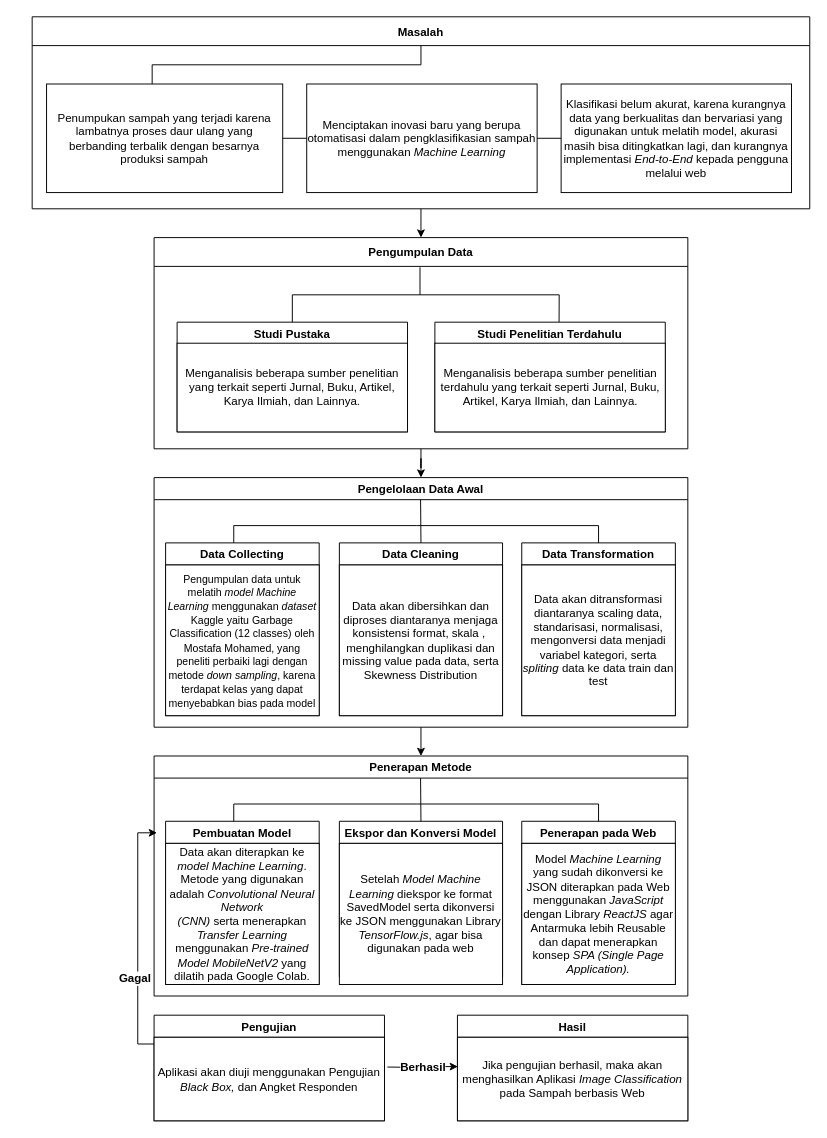
virgiawankusuma/drawio-archive-skripsi keeps this draw.io diagram as Copy of Copy of Copy of mindmap.drawio. Above is the earlier version. Source tidied: cells renumbered, new cells numbered last; positions are measured from the earlier drawing's top-left corner, leaving out a move shared by most shapes. Both pictures are drawn from the tidied source at 96%, with x=0, y=0 at pixel (32, 16).
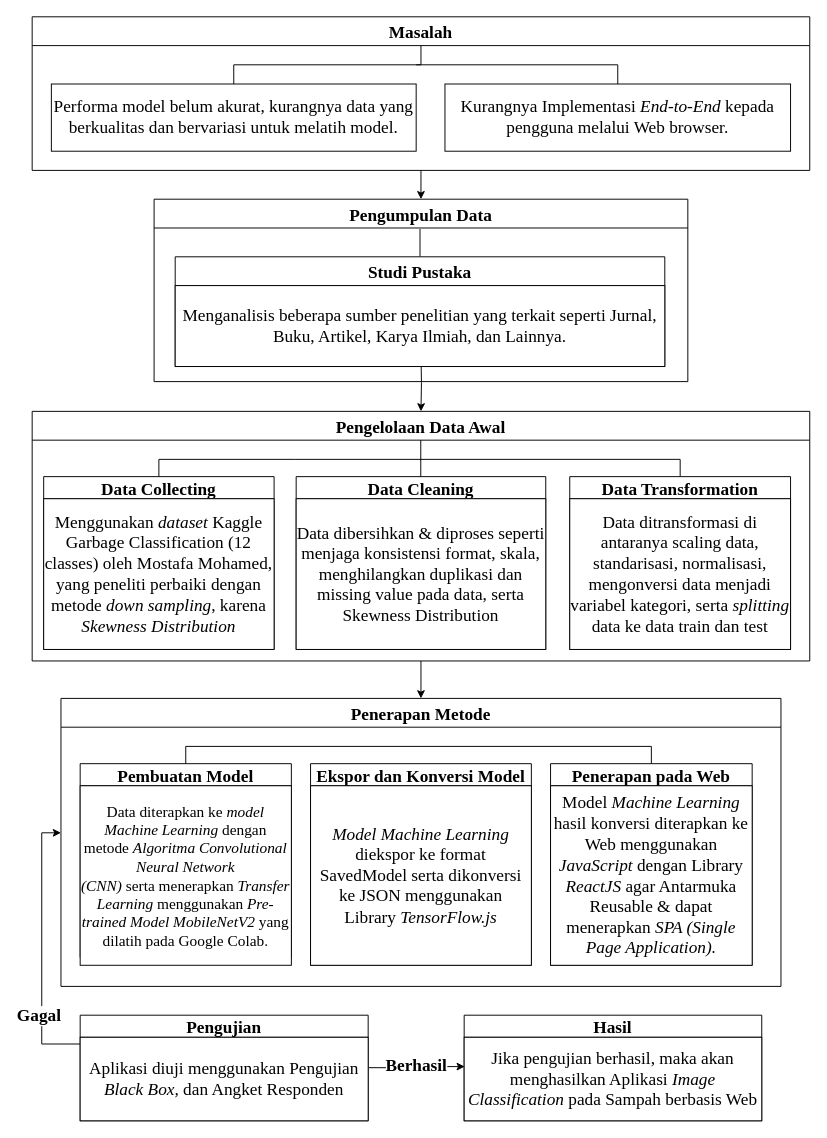
After the change.

The edit, as a diff of the source:
```diff
@@
-    <mxCell id="3" value="Masalah" style="swimlane;fontSize=12;startSize=30;" parent="1" vertex="1">
-      <mxGeometry width="810" height="200" as="geometry" />
+    <mxCell id="3" value="Masalah" style="swimlane;fontSize=18;startSize=30;fontFamily=Times New Roman;" parent="1" vertex="1">
+      <mxGeometry width="810" height="160" as="geometry" />
     </mxCell>
-    <mxCell id="4" value="&lt;span&gt;Klasifikasi belum akurat, karena kurangnya data yang berkualitas dan bervariasi yang digunakan untuk melatih model, akurasi masih bisa ditingkatkan lagi, dan kurangnya implementasi &lt;i&gt;End-to-End&lt;/i&gt; kepada pengguna melalui web&lt;/span&gt;" style="rounded=0;whiteSpace=wrap;html=1;" parent="3" vertex="1">
-      <mxGeometry x="551" y="70" width="240" height="113.1" as="geometry" />
+    <mxCell id="4" value="&lt;span style=&quot;font-size: 18px;&quot;&gt;Performa model belum akurat, kurangnya data yang berkualitas dan bervariasi untuk melatih model.&lt;/span&gt;" style="rounded=0;whiteSpace=wrap;html=1;fontFamily=Times New Roman;fontSize=18;" parent="3" vertex="1">
+      <mxGeometry x="20" y="70" width="380" height="70" as="geometry" />
     </mxCell>
-    <mxCell id="5" value="&lt;span&gt;Penumpukan sampah yang terjadi karena lambatnya proses daur ulang yang berbanding terbalik dengan besarnya produksi sampah&lt;/span&gt;" style="rounded=0;whiteSpace=wrap;html=1;" parent="3" vertex="1">
-      <mxGeometry x="15" y="70" width="246" height="113.1" as="geometry" />
-    </mxCell>
-    <mxCell id="6" value="Menciptakan inovasi baru yang berupa otomatisasi dalam pengklasifikasian sampah menggunakan&amp;nbsp;&lt;i&gt;Machine Learning&lt;/i&gt;" style="rounded=0;whiteSpace=wrap;html=1;" parent="3" vertex="1">
-      <mxGeometry x="286" y="70" width="240" height="113.1" as="geometry" />
-    </mxCell>
-    <mxCell id="7" style="endArrow=none;html=1;rounded=0;fontFamily=Helvetica;fontSize=12;exitX=1;exitY=0.5;exitDx=0;exitDy=0;entryX=0;entryY=0.5;entryDx=0;entryDy=0;" parent="3" edge="1" source="5" target="6">
-      <mxGeometry relative="1" as="geometry" />
-    </mxCell>
-    <mxCell id="8" style="endArrow=none;html=1;rounded=0;fontFamily=Helvetica;fontSize=12;entryX=0;entryY=0.5;entryDx=0;entryDy=0;exitX=1;exitY=0.5;exitDx=0;exitDy=0;" parent="3" edge="1" source="6" target="4">
-      <mxGeometry relative="1" as="geometry" />
-    </mxCell>
-    <mxCell id="9" style="endArrow=none;html=1;rounded=0;fontFamily=Helvetica;fontSize=12;" parent="3" edge="1">
+    <mxCell id="9" style="endArrow=none;html=1;rounded=0;fontFamily=Helvetica;fontSize=12;exitX=0.5;exitY=0;exitDx=0;exitDy=0;" parent="3" edge="1" source="4">
       <mxGeometry relative="1" as="geometry">
-        <mxPoint x="125" y="70" as="sourcePoint" />
         <mxPoint x="405" y="30" as="targetPoint" />
         <Array as="points">
-          <mxPoint x="125" y="50" />
+          <mxPoint x="210" y="50" />
           <mxPoint x="405" y="50" />
         </Array>
       </mxGeometry>
     </mxCell>
+    <mxCell id="45" value="&lt;span style=&quot;font-size: 18px;&quot;&gt;Kurangnya Implementasi &lt;i style=&quot;font-size: 18px;&quot;&gt;End-to-End&lt;/i&gt; kepada pengguna melalui Web browser.&lt;/span&gt;" style="rounded=0;whiteSpace=wrap;html=1;fontSize=18;fontFamily=Times New Roman;" parent="3" vertex="1">
+      <mxGeometry x="430" y="70" width="360" height="70" as="geometry" />
+    </mxCell>
-    <mxCell id="10" style="edgeStyle=orthogonalEdgeStyle;rounded=0;jettySize=auto;html=1;exitX=0.5;exitY=1;exitDx=0;exitDy=0;fontFamily=Helvetica;fontSize=12;" parent="1" edge="1" source="11" target="20">
-      <mxGeometry relative="1" as="geometry" />
+    <mxCell id="10" style="edgeStyle=orthogonalEdgeStyle;rounded=0;jettySize=auto;html=1;exitX=0.5;exitY=1;exitDx=0;exitDy=0;fontFamily=Helvetica;fontSize=12;" parent="1" edge="1" target="20">
+      <mxGeometry relative="1" as="geometry">
+        <mxPoint x="405" y="350" as="sourcePoint" />
+      </mxGeometry>
     </mxCell>
-    <mxCell id="11" value="Pengumpulan Data" style="swimlane;fontSize=12;startSize=30;" parent="1" vertex="1">
-      <mxGeometry x="127" y="230" width="556" height="220" as="geometry" />
+    <mxCell id="11" value="Pengumpulan Data" style="swimlane;fontSize=18;startSize=30;fontFamily=Times New Roman;" parent="1" vertex="1">
+      <mxGeometry x="127" y="190" width="556" height="190" as="geometry" />
     </mxCell>
     <mxCell id="12" style="group;" parent="11" vertex="1">
-      <mxGeometry x="24" y="31" width="508.5" height="219" as="geometry" />
+      <mxGeometry x="24" y="31" width="510" height="219" as="geometry" />
     </mxCell>
-    <mxCell id="13" value="Studi Pustaka" style="swimlane;fontSize=12;" parent="12" vertex="1">
-      <mxGeometry y="57.1" width="240" height="114.3" as="geometry" />
+    <mxCell id="13" value="Studi Pustaka" style="swimlane;fontSize=18;fontFamily=Times New Roman;startSize=30;" parent="12" vertex="1">
+      <mxGeometry x="-2" y="29" width="510" height="114.3" as="geometry" />
     </mxCell>
-    <mxCell id="14" value="&lt;font style=&quot;font-size: 12px;&quot;&gt;Menganalisis beberapa sumber penelitian yang terkait seperti Jurnal, Buku, Artikel, Karya Ilmiah, dan Lainnya.&lt;/font&gt;" style="rounded=0;whiteSpace=wrap;html=1;fontFamily=Helvetica;fontSize=12;" parent="13" vertex="1">
-      <mxGeometry y="21.9" width="240" height="92.4" as="geometry" />
+    <mxCell id="14" value="&lt;font style=&quot;font-size: 18px;&quot;&gt;Menganalisis beberapa sumber penelitian yang terkait seperti Jurnal, Buku, Artikel, Karya Ilmiah, dan Lainnya.&lt;/font&gt;" style="rounded=0;whiteSpace=wrap;html=1;fontFamily=Times New Roman;fontSize=12;" parent="13" vertex="1">
+      <mxGeometry y="30" width="510" height="84.3" as="geometry" />
     </mxCell>
-    <mxCell id="15" value="Studi Penelitian Terdahulu" style="swimlane;fontSize=12;" parent="12" vertex="1">
-      <mxGeometry x="268.5" y="57.1" width="240" height="114.3" as="geometry" />
-    </mxCell>
-    <mxCell id="16" value="&lt;font style=&quot;font-size: 12px;&quot;&gt;Menganalisis beberapa sumber penelitian terdahulu yang terkait seperti Jurnal, Buku, Artikel, Karya Ilmiah, dan Lainnya.&lt;/font&gt;" style="rounded=0;whiteSpace=wrap;html=1;fontFamily=Helvetica;fontSize=12;" parent="15" vertex="1">
-      <mxGeometry y="21.9" width="240" height="92.4" as="geometry" />
-    </mxCell>
-    <mxCell id="17" style="endArrow=none;html=1;rounded=0;fontFamily=Helvetica;fontSize=12;entryX=0.539;entryY=-0.002;entryDx=0;entryDy=0;entryPerimeter=0;" parent="12" edge="1" source="13" target="15">
-      <mxGeometry relative="1" as="geometry">
-        <Array as="points">
-          <mxPoint x="120" y="28.6" />
-          <mxPoint x="398" y="28.6" />
-        </Array>
-      </mxGeometry>
-    </mxCell>
@@
-    <mxCell id="20" value="Pengelolaan Data Awal" style="swimlane;fontFamily=Helvetica;fontSize=12;startSize=23;" parent="1" vertex="1">
-      <mxGeometry x="127" y="480" width="556" height="260" as="geometry" />
+    <mxCell id="20" value="Pengelolaan Data Awal" style="swimlane;fontFamily=Times New Roman;fontSize=18;startSize=30;" parent="1" vertex="1">
+      <mxGeometry y="411" width="810" height="260" as="geometry" />
     </mxCell>
-    <mxCell id="21" value="Data Collecting" style="swimlane;fontFamily=Helvetica;fontSize=12;" parent="20" vertex="1">
-      <mxGeometry x="12" y="68" width="160" height="180" as="geometry" />
+    <mxCell id="21" value="Data Collecting" style="swimlane;fontFamily=Times New Roman;fontSize=18;" parent="20" vertex="1">
+      <mxGeometry x="12" y="68" width="240" height="180" as="geometry" />
     </mxCell>
-    <mxCell id="22" value="&lt;font style=&quot;&quot;&gt;&lt;span style=&quot;background-color: initial; font-size: 11px;&quot;&gt;&lt;span style=&quot;&quot;&gt;Pengumpulan data untuk melatih &lt;i&gt;model Machine Learning&lt;/i&gt;&amp;nbsp;menggunakan &lt;i&gt;dataset &lt;/i&gt;Kaggle yaitu Garbage Classification (12 classes) oleh Mostafa Mohamed, yang peneliti perbaiki lagi dengan metode &lt;i&gt;down sampling&lt;/i&gt;, karena terdapat kelas yang dapat menyebabkan bias pada model&lt;/span&gt;&lt;br&gt;&lt;/span&gt;&lt;/font&gt;" style="rounded=0;whiteSpace=wrap;html=1;fontFamily=Helvetica;fontSize=12;" parent="21" vertex="1">
-      <mxGeometry y="23" width="160" height="157" as="geometry" />
+    <mxCell id="22" value="&lt;font style=&quot;font-size: 18px;&quot;&gt;&lt;span style=&quot;background-color: initial; font-size: 18px;&quot;&gt;Menggunakan &lt;i style=&quot;font-size: 18px;&quot;&gt;dataset &lt;/i&gt;Kaggle Garbage Classification (12 classes) oleh Mostafa Mohamed, yang peneliti perbaiki dengan metode &lt;i style=&quot;font-size: 18px;&quot;&gt;down sampling&lt;/i&gt;, karena &lt;i style=&quot;font-size: 18px;&quot;&gt;Skewness Distribution&lt;/i&gt;&lt;br style=&quot;font-size: 18px;&quot;&gt;&lt;/span&gt;&lt;/font&gt;" style="rounded=0;whiteSpace=wrap;html=1;fontFamily=Times New Roman;fontSize=18;" parent="21" vertex="1">
+      <mxGeometry y="23" width="240" height="157" as="geometry" />
     </mxCell>
-    <mxCell id="23" value="Data Cleaning" style="swimlane;fontFamily=Helvetica;fontSize=12;" parent="20" vertex="1">
-      <mxGeometry x="193" y="68" width="170" height="180" as="geometry" />
+    <mxCell id="23" value="Data Cleaning" style="swimlane;fontFamily=Times New Roman;fontSize=18;" parent="20" vertex="1">
+      <mxGeometry x="275" y="68" width="260" height="180" as="geometry" />
     </mxCell>
-    <mxCell id="24" value="&lt;font style=&quot;font-size: 12px;&quot;&gt;Data akan dibersihkan dan diproses diantaranya menjaga konsistensi format, skala ,&amp;nbsp; menghilangkan duplikasi dan missing value pada data, serta Skewness Distribution&lt;/font&gt;" style="rounded=0;whiteSpace=wrap;html=1;fontFamily=Helvetica;fontSize=12;" parent="23" vertex="1">
-      <mxGeometry y="23" width="170" height="157" as="geometry" />
+    <mxCell id="24" value="&lt;font face=&quot;Times New Roman&quot; style=&quot;font-size: 18px;&quot;&gt;Data dibersihkan &amp;amp; diproses seperti menjaga konsistensi format, skala, menghilangkan duplikasi dan missing value pada data, serta Skewness Distribution&lt;/font&gt;" style="rounded=0;whiteSpace=wrap;html=1;fontFamily=Helvetica;fontSize=12;" parent="23" vertex="1">
+      <mxGeometry y="23" width="260" height="157" as="geometry" />
     </mxCell>
+    <mxCell id="27" style="endArrow=none;html=1;rounded=0;fontSize=10;entryX=0.5;entryY=0;entryDx=0;entryDy=0;exitX=0.5;exitY=0;exitDx=0;exitDy=0;" parent="20" edge="1" source="21" target="25">
+      <mxGeometry relative="1" as="geometry">
+        <Array as="points">
+          <mxPoint x="132" y="50" />
+          <mxPoint x="273" y="50" />
+          <mxPoint x="675" y="50" />
+        </Array>
+      </mxGeometry>
+    </mxCell>
-    <mxCell id="25" value="Data Transformation" style="swimlane;fontFamily=Helvetica;fontSize=12;" parent="20" vertex="1">
-      <mxGeometry x="383" y="68" width="160" height="180" as="geometry" />
+    <mxCell id="25" value="Data Transformation" style="swimlane;fontFamily=Times New Roman;fontSize=18;" parent="20" vertex="1">
+      <mxGeometry x="560" y="68" width="230" height="180" as="geometry" />
     </mxCell>
-    <mxCell id="26" value="&lt;font style=&quot;font-size: 12px;&quot;&gt;Data akan ditransformasi diantaranya scaling data, standarisasi, normalisasi, mengonversi data menjadi variabel kategori, serta &lt;i&gt;spliting&lt;/i&gt; data ke data train dan test&lt;/font&gt;" style="rounded=0;whiteSpace=wrap;html=1;fontFamily=Helvetica;fontSize=12;" parent="25" vertex="1">
-      <mxGeometry y="23" width="160" height="157" as="geometry" />
+    <mxCell id="26" value="&lt;font style=&quot;font-size: 18px;&quot;&gt;Data ditransformasi di antaranya scaling data, standarisasi, normalisasi, mengonversi data menjadi variabel kategori, serta &lt;i style=&quot;font-size: 18px;&quot;&gt;splitting&lt;/i&gt; data ke data train dan test&lt;/font&gt;" style="rounded=0;whiteSpace=wrap;html=1;fontFamily=Times New Roman;fontSize=18;" parent="25" vertex="1">
+      <mxGeometry y="23" width="230" height="157" as="geometry" />
     </mxCell>
-    <mxCell id="27" style="endArrow=none;html=1;rounded=0;fontSize=10;entryX=0.5;entryY=0;entryDx=0;entryDy=0;" parent="20" edge="1" target="25">
-      <mxGeometry relative="1" as="geometry">
-        <mxPoint x="83" y="68" as="sourcePoint" />
-        <Array as="points">
-          <mxPoint x="83" y="50" />
-          <mxPoint x="273" y="50" />
-          <mxPoint x="463" y="50" />
-        </Array>
-      </mxGeometry>
-    </mxCell>
-    <mxCell id="28" style="endArrow=none;html=1;rounded=0;fontSize=10;exitX=0.5;exitY=0;exitDx=0;exitDy=0;" parent="20" edge="1" source="23">
-      <mxGeometry relative="1" as="geometry">
-        <mxPoint x="277.6" y="23" as="targetPoint" />
-      </mxGeometry>
-    </mxCell>
+    <mxCell id="46" style="endArrow=none;html=1;rounded=0;fontSize=10;exitX=0.5;exitY=0;exitDx=0;exitDy=0;" parent="20" edge="1">
+      <mxGeometry relative="1" as="geometry">
+        <mxPoint x="404.8" y="68" as="sourcePoint" />
+        <mxPoint x="404.8" y="30" as="targetPoint" />
+      </mxGeometry>
+    </mxCell>
     <mxCell id="29" style="edgeStyle=orthogonalEdgeStyle;rounded=0;jettySize=auto;html=1;fontSize=12;" parent="1" edge="1" source="32">
       <mxGeometry relative="1" as="geometry">
-        <mxPoint x="130" y="850" as="targetPoint" />
+        <mxPoint x="30" y="850" as="targetPoint" />
         <Array as="points">
-          <mxPoint x="110" y="1070" />
-          <mxPoint x="110" y="850" />
+          <mxPoint x="10" y="1070" />
+          <mxPoint x="10" y="850" />
         </Array>
       </mxGeometry>
     </mxCell>
-    <mxCell id="30" value="&lt;b&gt;Gagal&lt;/b&gt;" style="edgeLabel;html=1;align=center;verticalAlign=middle;fontSize=12;" parent="29" vertex="1">
+    <mxCell id="30" value="&lt;b style=&quot;font-size: 18px;&quot;&gt;Gagal&lt;/b&gt;" style="edgeLabel;html=1;align=center;verticalAlign=middle;fontSize=18;fontFamily=Times New Roman;" parent="29" vertex="1">
       <mxGeometry x="-0.43" y="4" relative="1" as="geometry">
-        <mxPoint y="-13" as="offset" />
+        <mxPoint y="10" as="offset" />
       </mxGeometry>
     </mxCell>
-    <mxCell id="31" value="&lt;b&gt;Berhasil&lt;/b&gt;" style="edgeStyle=orthogonalEdgeStyle;rounded=0;jettySize=auto;html=1;entryX=0.002;entryY=0.351;entryDx=0;entryDy=0;fontSize=12;entryPerimeter=0;" parent="1" edge="1" target="35">
-      <mxGeometry relative="1" as="geometry">
-        <mxPoint x="370" y="1094" as="sourcePoint" />
-      </mxGeometry>
+    <mxCell id="31" value="&lt;b style=&quot;font-size: 18px;&quot;&gt;Berhasil&lt;/b&gt;" style="edgeStyle=orthogonalEdgeStyle;rounded=0;jettySize=auto;html=1;entryX=0.002;entryY=0.351;entryDx=0;entryDy=0;fontSize=18;entryPerimeter=0;fontFamily=Times New Roman;exitX=1.003;exitY=0.364;exitDx=0;exitDy=0;exitPerimeter=0;" parent="1" edge="1" source="33" target="35">
+      <mxGeometry relative="1" as="geometry" />
     </mxCell>
-    <mxCell id="32" value="Pengujian" style="swimlane;fontFamily=Helvetica;fontSize=12;" parent="1" vertex="1">
-      <mxGeometry x="127" y="1040" width="240" height="110" as="geometry" />
+    <mxCell id="32" value="Pengujian" style="swimlane;fontFamily=Times New Roman;fontSize=18;" parent="1" vertex="1">
+      <mxGeometry x="50" y="1040" width="300" height="110" as="geometry" />
     </mxCell>
-    <mxCell id="33" value="Aplikasi akan diuji menggunakan Pengujian &lt;i&gt;Black Box, &lt;/i&gt;dan Angket Responden" style="rounded=0;whiteSpace=wrap;html=1;fontFamily=Helvetica;fontSize=12;" parent="32" vertex="1">
-      <mxGeometry y="23" width="240" height="87" as="geometry" />
+    <mxCell id="33" value="&lt;font face=&quot;Times New Roman&quot; style=&quot;font-size: 18px;&quot;&gt;Aplikasi diuji menggunakan Pengujian &lt;i&gt;Black Box, &lt;/i&gt;dan Angket Responden&lt;/font&gt;" style="rounded=0;whiteSpace=wrap;html=1;fontFamily=Helvetica;fontSize=12;" parent="32" vertex="1">
+      <mxGeometry y="23" width="300" height="87" as="geometry" />
     </mxCell>
-    <mxCell id="34" value="Hasil" style="swimlane;fontFamily=Helvetica;fontSize=12;startSize=23;" parent="1" vertex="1">
-      <mxGeometry x="443" y="1040" width="240" height="110" as="geometry" />
+    <mxCell id="34" value="Hasil" style="swimlane;fontFamily=Times New Roman;fontSize=18;startSize=23;" parent="1" vertex="1">
+      <mxGeometry x="450" y="1040" width="310" height="110" as="geometry" />
     </mxCell>
-    <mxCell id="35" value="Jika pengujian berhasil, maka akan menghasilkan Aplikasi &lt;i&gt;Image Classification&lt;/i&gt; pada Sampah berbasis Web" style="rounded=0;whiteSpace=wrap;html=1;fontFamily=Helvetica;fontSize=12;" parent="34" vertex="1">
-      <mxGeometry y="23" width="240" height="87" as="geometry" />
+    <mxCell id="35" value="&lt;font style=&quot;font-size: 18px;&quot; face=&quot;Times New Roman&quot;&gt;Jika pengujian berhasil, maka akan menghasilkan Aplikasi &lt;i&gt;Image Classification&lt;/i&gt; pada Sampah berbasis Web&lt;/font&gt;" style="rounded=0;whiteSpace=wrap;html=1;fontFamily=Helvetica;fontSize=12;" parent="34" vertex="1">
+      <mxGeometry y="23" width="310" height="87" as="geometry" />
     </mxCell>
-    <mxCell id="36" value="Penerapan Metode" style="swimlane;fontFamily=Helvetica;fontSize=12;startSize=23;" parent="1" vertex="1">
-      <mxGeometry x="127" y="770" width="556" height="250" as="geometry" />
+    <mxCell id="36" value="Penerapan Metode" style="swimlane;fontFamily=Times New Roman;fontSize=18;startSize=30;" parent="1" vertex="1">
+      <mxGeometry x="30" y="710" width="750" height="300" as="geometry" />
     </mxCell>
-    <mxCell id="37" value="Pembuatan Model" style="swimlane;fontFamily=Helvetica;fontSize=12;" parent="36" vertex="1">
-      <mxGeometry x="12" y="68" width="160" height="170" as="geometry" />
+    <mxCell id="37" value="Pembuatan Model" style="swimlane;fontFamily=Times New Roman;fontSize=18;" parent="36" vertex="1">
+      <mxGeometry x="20" y="68" width="220" height="202" as="geometry" />
     </mxCell>
-    <mxCell id="38" value="&lt;font style=&quot;font-size: 12px;&quot;&gt;Data akan diterapkan ke &lt;i&gt;model Machine Learning&lt;/i&gt;. Metode yang digunakan adalah&amp;nbsp;&lt;i&gt;Convolutional Neural Network (CNN)&amp;nbsp;&lt;/i&gt;serta&amp;nbsp;menerapkan &lt;i&gt;Transfer Learning &lt;/i&gt;menggunakan &lt;i&gt;Pre-trained Model&amp;nbsp;MobileNetV2&lt;/i&gt;&amp;nbsp;yang dilatih pada Google Colab.&lt;/font&gt;" style="rounded=0;whiteSpace=wrap;html=1;fontFamily=Helvetica;fontSize=12;" parent="37" vertex="1">
-      <mxGeometry y="23" width="160" height="147" as="geometry" />
+    <mxCell id="38" value="&lt;font face=&quot;Times New Roman&quot; style=&quot;font-size: 16px;&quot;&gt;Data diterapkan ke &lt;i&gt;model Machine Learning&lt;/i&gt;&amp;nbsp;dengan metode &lt;i&gt;Algoritma&amp;nbsp;Convolutional Neural Network (CNN)&amp;nbsp;&lt;/i&gt;serta&amp;nbsp;menerapkan &lt;i&gt;Transfer Learning &lt;/i&gt;menggunakan &lt;i&gt;Pre-trained Model&amp;nbsp;MobileNetV2&lt;/i&gt;&amp;nbsp;yang dilatih pada Google Colab.&lt;/font&gt;" style="rounded=0;whiteSpace=wrap;html=1;fontFamily=Helvetica;fontSize=12;" parent="37" vertex="1">
+      <mxGeometry y="23" width="220" height="187" as="geometry" />
     </mxCell>
-    <mxCell id="39" value="Ekspor dan Konversi Model" style="swimlane;fontFamily=Helvetica;fontSize=12;" parent="36" vertex="1">
-      <mxGeometry x="193" y="68" width="170" height="162" as="geometry" />
+    <mxCell id="39" value="Ekspor dan Konversi Model" style="swimlane;fontFamily=Times New Roman;fontSize=18;" parent="36" vertex="1">
+      <mxGeometry x="260" y="68" width="230" height="210" as="geometry" />
     </mxCell>
-    <mxCell id="40" value="&lt;font style=&quot;font-size: 12px;&quot;&gt;Setelah &lt;i&gt;Model Machine Learning &lt;/i&gt;diekspor ke format SavedModel serta dikonversi ke JSON menggunakan Library &lt;i&gt;TensorFlow.js&lt;/i&gt;, agar bisa digunakan pada web&lt;/font&gt;" style="rounded=0;whiteSpace=wrap;html=1;fontFamily=Helvetica;fontSize=12;" parent="39" vertex="1">
-      <mxGeometry y="23" width="170" height="147" as="geometry" />
+    <mxCell id="40" value="&lt;font face=&quot;Times New Roman&quot; style=&quot;font-size: 18px;&quot;&gt;&lt;i&gt;Model Machine Learning &lt;/i&gt;diekspor ke format SavedModel serta dikonversi ke JSON menggunakan Library &lt;i&gt;TensorFlow.js&lt;/i&gt;&lt;/font&gt;" style="rounded=0;whiteSpace=wrap;html=1;fontFamily=Helvetica;fontSize=12;" parent="39" vertex="1">
+      <mxGeometry y="23" width="230" height="187" as="geometry" />
     </mxCell>
-    <mxCell id="41" value="Penerapan pada Web" style="swimlane;fontFamily=Helvetica;fontSize=12;" parent="36" vertex="1">
-      <mxGeometry x="383" y="68" width="160" height="170" as="geometry" />
+    <mxCell id="41" value="Penerapan pada Web" style="swimlane;fontFamily=Times New Roman;fontSize=18;" parent="36" vertex="1">
+      <mxGeometry x="510" y="68" width="210" height="210" as="geometry" />
     </mxCell>
-    <mxCell id="42" value="&lt;font style=&quot;font-size: 12px;&quot;&gt;Model &lt;i&gt;Machine Learning &lt;/i&gt;yang sudah dikonversi ke JSON diterapkan pada Web menggunakan &lt;i&gt;JavaScript&lt;/i&gt; dengan Library &lt;i&gt;ReactJS&lt;/i&gt; agar Antarmuka lebih Reusable dan dapat menerapkan konsep &lt;i&gt;SPA (Single Page Application).&lt;/i&gt;&lt;/font&gt;" style="rounded=0;whiteSpace=wrap;html=1;fontFamily=Helvetica;fontSize=12;" parent="41" vertex="1">
-      <mxGeometry y="23" width="160" height="147" as="geometry" />
+    <mxCell id="42" value="&lt;font face=&quot;Times New Roman&quot; style=&quot;font-size: 18px;&quot;&gt;Model &lt;i&gt;Machine Learning &lt;/i&gt;hasil konversi diterapkan ke Web menggunakan &lt;i&gt;JavaScript&lt;/i&gt; dengan Library &lt;i&gt;ReactJS&lt;/i&gt; agar Antarmuka Reusable &amp;amp; dapat menerapkan &lt;i&gt;SPA (Single Page Application).&lt;/i&gt;&lt;/font&gt;" style="rounded=0;whiteSpace=wrap;html=1;fontFamily=Helvetica;fontSize=12;" parent="41" vertex="1">
+      <mxGeometry y="23" width="210" height="187" as="geometry" />
     </mxCell>
-    <mxCell id="43" style="endArrow=none;html=1;rounded=0;fontSize=10;entryX=0.5;entryY=0;entryDx=0;entryDy=0;" parent="36" edge="1" target="41">
+    <mxCell id="43" style="endArrow=none;html=1;rounded=0;fontSize=10;entryX=0.5;entryY=0;entryDx=0;entryDy=0;exitX=0.5;exitY=0;exitDx=0;exitDy=0;" parent="36" edge="1" source="37" target="41">
       <mxGeometry relative="1" as="geometry">
-        <mxPoint x="83" y="68" as="sourcePoint" />
         <Array as="points">
-          <mxPoint x="83" y="50" />
+          <mxPoint x="130" y="50" />
           <mxPoint x="273" y="50" />
-          <mxPoint x="463" y="50" />
+          <mxPoint x="615" y="50" />
         </Array>
       </mxGeometry>
     </mxCell>
-    <mxCell id="44" style="endArrow=none;html=1;rounded=0;fontSize=10;exitX=0.5;exitY=0;exitDx=0;exitDy=0;" parent="36" edge="1" source="39">
-      <mxGeometry relative="1" as="geometry">
-        <mxPoint x="277.6" y="23" as="targetPoint" />
-      </mxGeometry>
-    </mxCell>
+    <mxCell id="47" style="endArrow=none;html=1;rounded=0;fontFamily=Times New Roman;fontSize=16;" parent="1" edge="1">
+      <mxGeometry relative="1" as="geometry">
+        <mxPoint x="400" y="50" as="sourcePoint" />
+        <mxPoint x="610" y="70" as="targetPoint" />
+        <Array as="points">
+          <mxPoint x="610" y="50" />
+        </Array>
+      </mxGeometry>
+    </mxCell>
```
